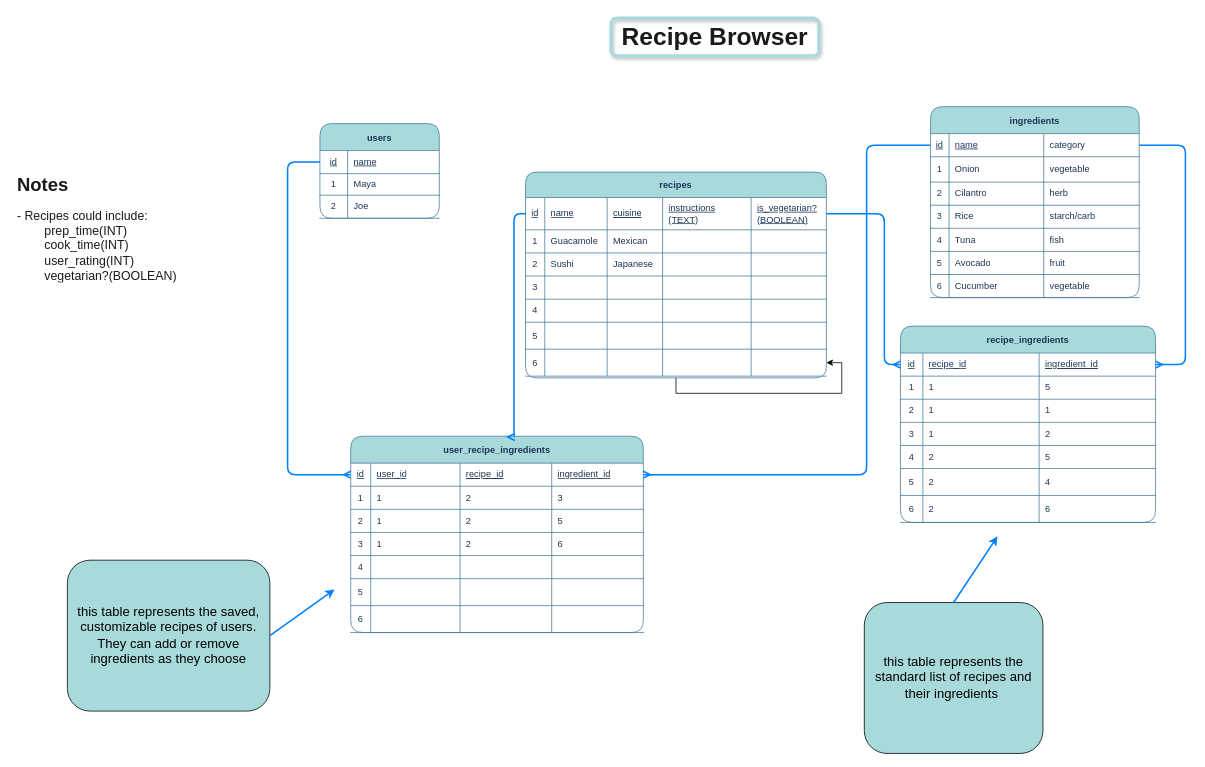
Before: recipe-browser-api-backend/ERD_Recipes.drawio in wtennis/recipe-browser, a draw.io diagram. Source tidied: cells renumbered, new cells numbered last; positions are measured from the earlier drawing's top-left corner, leaving out a move shared by most shapes. Both pictures are drawn from the tidied source at 77%, with x=0, y=0 at pixel (13, 18).
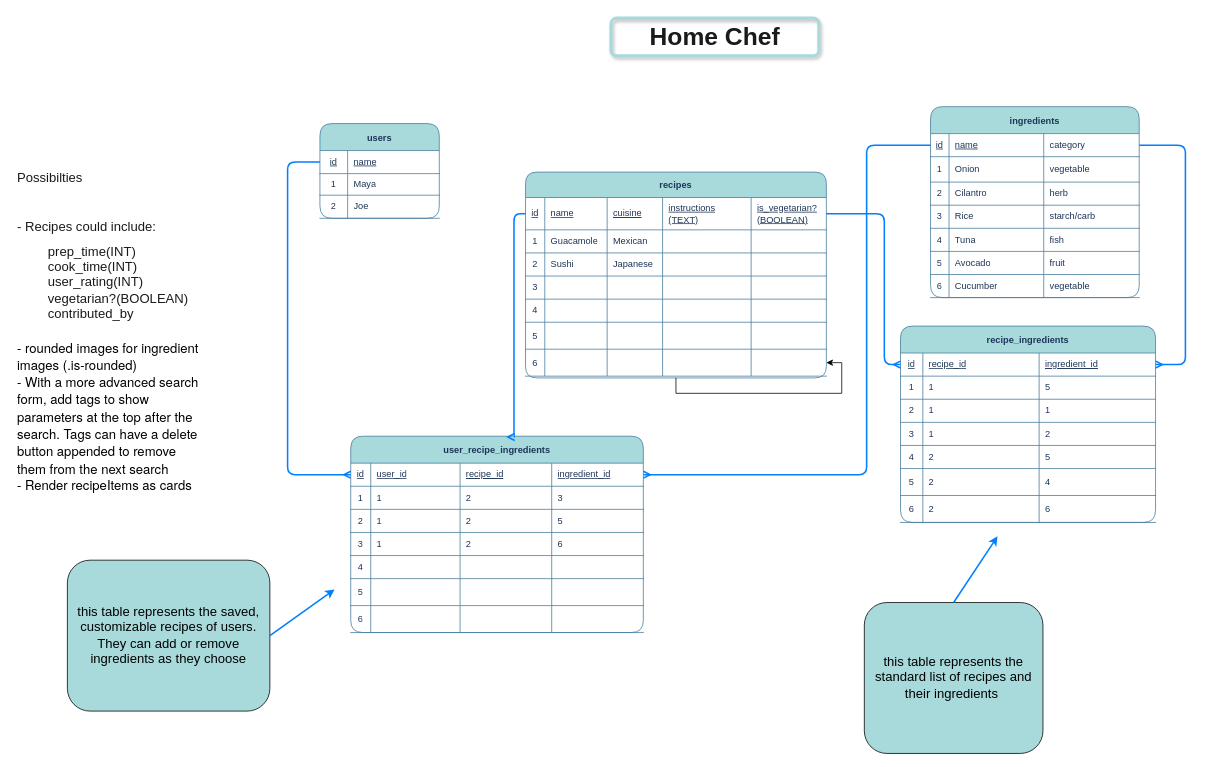
The same page after the edit.

Commit message (it also covers changes not shown here):
changed seed data

What changed in the source:
```diff
@@
-    <mxCell id="150" value="&lt;b&gt;&lt;font style=&quot;font-size: 32px&quot; color=&quot;#1a1a1a&quot;&gt;Recipe Browser&lt;/font&gt;&lt;/b&gt;" style="text;html=1;fillColor=none;align=center;verticalAlign=middle;whiteSpace=wrap;rounded=1;shadow=1;sketch=0;glass=1;strokeWidth=4;perimeterSpacing=4;strokeColor=#A8DADC;" parent="1" vertex="1">
+    <mxCell id="150" value="&lt;b&gt;&lt;font style=&quot;font-size: 32px&quot; color=&quot;#1a1a1a&quot;&gt;Home Chef&lt;/font&gt;&lt;/b&gt;" style="text;html=1;fillColor=none;align=center;verticalAlign=middle;whiteSpace=wrap;rounded=1;shadow=1;sketch=0;glass=1;strokeWidth=4;perimeterSpacing=4;strokeColor=#A8DADC;" parent="1" vertex="1">
       <mxGeometry x="776" width="270" height="49" as="geometry" />
     </mxCell>
@@
-    <mxCell id="156" value="&lt;h1&gt;&lt;font color=&quot;#1a1a1a&quot;&gt;Notes&lt;/font&gt;&lt;/h1&gt;&lt;div&gt;&lt;font color=&quot;#1a1a1a&quot; style=&quot;font-size: 16px&quot;&gt;- Recipes could include:&amp;nbsp;&lt;/font&gt;&lt;/div&gt;&lt;div&gt;&lt;font color=&quot;#1a1a1a&quot; style=&quot;font-size: 16px&quot;&gt;&lt;span style=&quot;white-space: pre&quot;&gt;&#9;&lt;/span&gt;prep_time(INT)&lt;br&gt;&lt;/font&gt;&lt;/div&gt;&lt;div&gt;&lt;font color=&quot;#1a1a1a&quot; style=&quot;font-size: 16px&quot;&gt;&lt;span style=&quot;white-space: pre&quot;&gt;&#9;&lt;/span&gt;cook_time(INT)&lt;br&gt;&lt;/font&gt;&lt;/div&gt;&lt;div&gt;&lt;font color=&quot;#1a1a1a&quot; style=&quot;font-size: 16px&quot;&gt;&lt;span style=&quot;white-space: pre&quot;&gt;&#9;&lt;/span&gt;user_rating(INT)&lt;br&gt;&lt;/font&gt;&lt;/div&gt;&lt;div&gt;&lt;font color=&quot;#1a1a1a&quot; style=&quot;font-size: 16px&quot;&gt;&lt;span style=&quot;white-space: pre&quot;&gt;&#9;&lt;/span&gt;vegetarian?(BOOLEAN)&lt;br&gt;&lt;/font&gt;&lt;/div&gt;" style="text;html=1;strokeColor=none;fillColor=none;spacing=5;spacingTop=-20;whiteSpace=wrap;overflow=hidden;rounded=0;" parent="1" vertex="1">
-      <mxGeometry y="197" width="251" height="221" as="geometry" />
+    <mxCell id="156" value="&lt;h1 style=&quot;font-size: 17px&quot;&gt;&lt;span style=&quot;color: rgb(26 , 26 , 26) ; font-weight: normal&quot;&gt;Possibilties&lt;/span&gt;&lt;/h1&gt;&lt;h1 style=&quot;font-size: 17px&quot;&gt;&lt;span style=&quot;color: rgb(26 , 26 , 26) ; font-weight: normal&quot;&gt;&lt;br&gt;&lt;/span&gt;&lt;/h1&gt;&lt;h1 style=&quot;font-size: 17px&quot;&gt;&lt;span style=&quot;color: rgb(26 , 26 , 26) ; font-weight: normal&quot;&gt;- Recipes could include:&amp;nbsp;&lt;/span&gt;&lt;br&gt;&lt;/h1&gt;&lt;blockquote style=&quot;margin: 0 0 0 40px ; border: none ; padding: 0px&quot;&gt;&lt;div style=&quot;font-size: 17px&quot;&gt;&lt;font color=&quot;#1a1a1a&quot; style=&quot;font-size: 17px&quot;&gt;prep_time(INT)&lt;/font&gt;&lt;/div&gt;&lt;div style=&quot;font-size: 17px&quot;&gt;&lt;font color=&quot;#1a1a1a&quot; style=&quot;font-size: 17px&quot;&gt;cook_time(INT)&lt;/font&gt;&lt;/div&gt;&lt;div style=&quot;font-size: 17px&quot;&gt;&lt;font color=&quot;#1a1a1a&quot; style=&quot;font-size: 17px&quot;&gt;user_rating(INT)&lt;/font&gt;&lt;/div&gt;&lt;div style=&quot;font-size: 17px&quot;&gt;&lt;font color=&quot;#1a1a1a&quot; style=&quot;font-size: 17px&quot;&gt;vegetarian?(BOOLEAN)&lt;/font&gt;&lt;/div&gt;&lt;div style=&quot;font-size: 17px&quot;&gt;&lt;font color=&quot;#1a1a1a&quot; style=&quot;font-size: 17px&quot;&gt;contributed_by&lt;/font&gt;&lt;/div&gt;&lt;/blockquote&gt;&lt;div style=&quot;font-size: 17px&quot;&gt;&lt;span style=&quot;font-family: &amp;#34;helvetica neue&amp;#34; ; color: rgb(0 , 0 , 0)&quot;&gt;&lt;font style=&quot;font-size: 17px&quot;&gt;&lt;br&gt;&lt;/font&gt;&lt;/span&gt;&lt;/div&gt;&lt;div style=&quot;font-size: 17px&quot;&gt;&lt;span style=&quot;font-family: &amp;#34;helvetica neue&amp;#34; ; color: rgb(0 , 0 , 0)&quot;&gt;&lt;font style=&quot;font-size: 17px&quot;&gt;- rounded images for ingredient images (.is-rounded)&lt;/font&gt;&lt;/span&gt;&lt;/div&gt;&lt;div style=&quot;font-size: 17px&quot;&gt;&lt;font style=&quot;font-size: 17px&quot;&gt;&lt;span style=&quot;font-family: &amp;#34;helvetica neue&amp;#34; ; color: rgb(0 , 0 , 0)&quot;&gt;- With a more advanced search form, add tags to show parameters at the top after the search. Tags can have a delete button appended to remove them from the next search&lt;/span&gt;&lt;span class=&quot;Apple-converted-space&quot; style=&quot;font-family: &amp;#34;helvetica neue&amp;#34; ; color: rgb(0 , 0 , 0)&quot;&gt;&amp;nbsp;&lt;/span&gt;&lt;/font&gt;&lt;/div&gt;&lt;div style=&quot;font-size: 17px&quot;&gt;&lt;span style=&quot;font-family: &amp;#34;helvetica neue&amp;#34; ; color: rgb(0 , 0 , 0)&quot;&gt;&lt;font style=&quot;font-size: 17px&quot;&gt;- Render recipeItems as cards&lt;/font&gt;&lt;/span&gt;&lt;/div&gt;&lt;div style=&quot;font-size: 17px&quot;&gt;&lt;font color=&quot;#1a1a1a&quot; style=&quot;font-size: 17px&quot;&gt;&lt;br&gt;&lt;/font&gt;&lt;/div&gt;&lt;div style=&quot;font-size: 17px&quot;&gt;&lt;font color=&quot;#1a1a1a&quot; style=&quot;font-size: 17px&quot;&gt;&lt;br&gt;&lt;/font&gt;&lt;/div&gt;" style="text;html=1;strokeColor=none;fillColor=none;spacing=5;spacingTop=-20;whiteSpace=wrap;overflow=hidden;rounded=0;" parent="1" vertex="1">
+      <mxGeometry y="197" width="251" height="479" as="geometry" />
     </mxCell>
```
